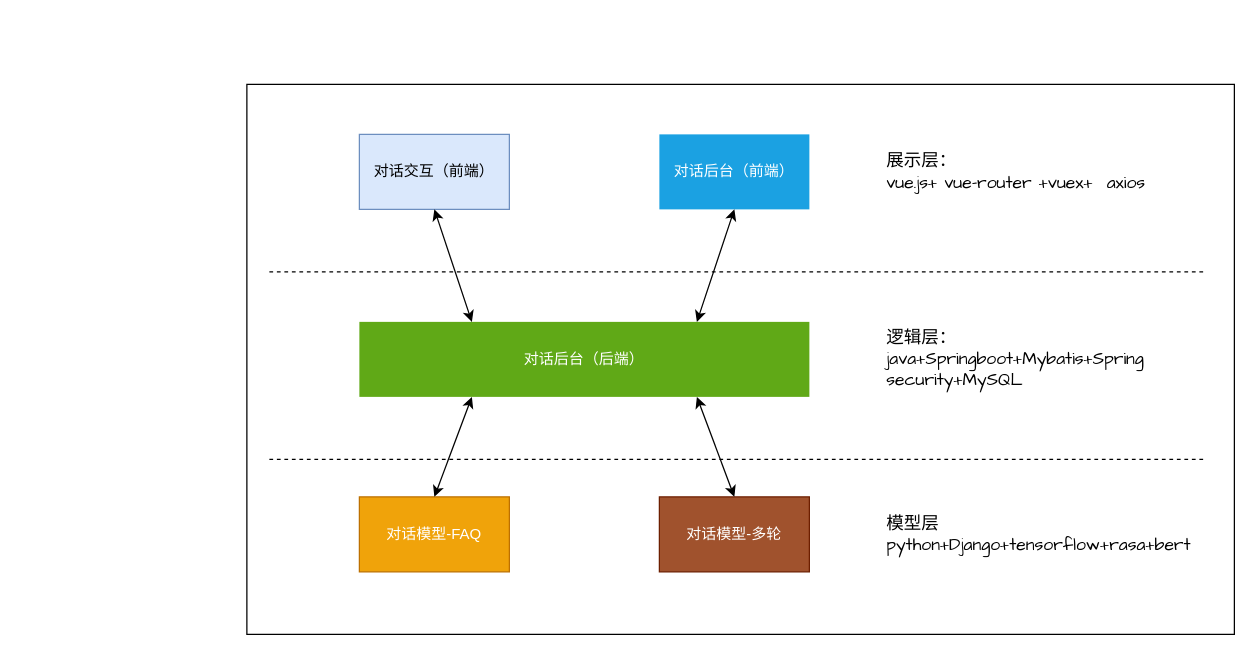
zackzf/draw.io keeps this draw.io diagram as cmsr/对话系统架构.drawio. Above is the earlier version. Source tidied: cells renumbered, new cells numbered last; positions are measured from the earlier drawing's top-left corner, leaving out a move shared by most shapes. Both pictures are drawn from the tidied source at 125%, with x=0, y=0 at pixel (246, 84).
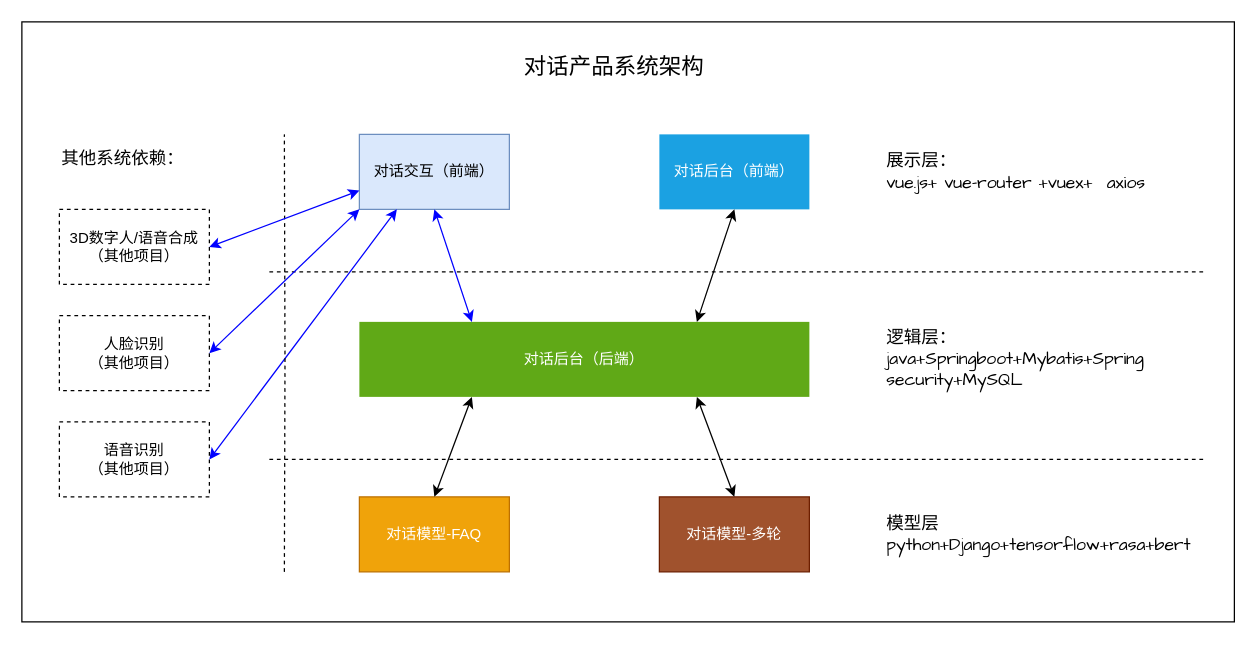
After the change.

Commit message:
更新对话系统架构.drawio

The change refers to these unchanged cells:
```xml
<mxCell id="3" value="对话交互（前端）" style="rounded=0;whiteSpace=wrap;html=1;fillColor=#dae8fc;strokeColor=#6c8ebf;" parent="1" vertex="1">
  <mxGeometry x="90" y="40" width="120" height="60" as="geometry" />
</mxCell>
<mxCell id="5" value="对话后台（后端）" style="rounded=0;whiteSpace=wrap;html=1;fillColor=#60a917;strokeColor=none;fontColor=#ffffff;" parent="1" vertex="1">
  <mxGeometry x="90" y="190" width="360" height="60" as="geometry" />
</mxCell>
```

What changed in the source:
```diff
@@
     <mxCell id="2" style="rounded=0;whiteSpace=wrap;html=1;fillColor=#ffffff;" parent="1" vertex="1">
-      <mxGeometry width="790" height="440" as="geometry" />
+      <mxGeometry x="-180" y="-50" width="970" height="480" as="geometry" />
     </mxCell>
@@
-    <mxCell id="8" style="endArrow=classic;startArrow=classic;html=1;entryX=0.5;entryY=1;entryDx=0;entryDy=0;exitX=0.25;exitY=0;exitDx=0;exitDy=0;" parent="1" edge="1" source="5" target="3">
+    <mxCell id="8" style="endArrow=classic;startArrow=classic;html=1;entryX=0.5;entryY=1;entryDx=0;entryDy=0;exitX=0.25;exitY=0;exitDx=0;exitDy=0;strokeColor=#0000FF;" parent="1" edge="1" source="5" target="3">
       <mxGeometry relative="1" as="geometry" />
     </mxCell>
@@
+    <mxCell id="17" value="人脸识别&lt;br&gt;（其他项目）" style="rounded=0;whiteSpace=wrap;html=1;dashed=1;" parent="1" vertex="1">
+      <mxGeometry x="-150" y="185" width="120" height="60" as="geometry" />
+    </mxCell>
+    <mxCell id="18" value="语音识别&lt;br&gt;（其他项目）" style="rounded=0;whiteSpace=wrap;html=1;dashed=1;" parent="1" vertex="1">
+      <mxGeometry x="-150" y="270" width="120" height="60" as="geometry" />
+    </mxCell>
+    <mxCell id="19" style="endArrow=classic;startArrow=classic;html=1;entryX=1;entryY=0.5;entryDx=0;entryDy=0;exitX=0;exitY=1;exitDx=0;exitDy=0;strokeColor=#0000FF;" parent="1" edge="1" source="3" target="17">
+      <mxGeometry relative="1" as="geometry" />
+    </mxCell>
+    <mxCell id="20" style="endArrow=classic;startArrow=classic;html=1;entryX=1;entryY=0.5;entryDx=0;entryDy=0;exitX=0.25;exitY=1;exitDx=0;exitDy=0;strokeColor=#0000FF;" parent="1" edge="1" source="3" target="18">
+      <mxGeometry relative="1" as="geometry" />
+    </mxCell>
+    <mxCell id="21" style="endArrow=none;dashed=1;html=1;" parent="1" edge="1">
+      <mxGeometry relative="1" as="geometry">
+        <mxPoint x="30" y="390" as="sourcePoint" />
+        <mxPoint x="30" y="40" as="targetPoint" />
+        <Array as="points">
+          <mxPoint x="30.5" y="220" />
+        </Array>
+      </mxGeometry>
+    </mxCell>
+    <mxCell id="22" value="其他系统依赖：" style="text;html=1;strokeColor=none;fillColor=none;align=left;verticalAlign=middle;whiteSpace=wrap;rounded=0;fontFamily=Comic Sans MS;fontSize=14;" parent="1" vertex="1">
+      <mxGeometry x="-150" y="40" width="110" height="40" as="geometry" />
+    </mxCell>
+    <mxCell id="23" value="3D数字人/语音合成&lt;br&gt;（其他项目）" style="rounded=0;whiteSpace=wrap;html=1;dashed=1;" parent="1" vertex="1">
+      <mxGeometry x="-150" y="100" width="120" height="60" as="geometry" />
+    </mxCell>
+    <mxCell id="24" style="endArrow=classic;startArrow=classic;html=1;entryX=1;entryY=0.5;entryDx=0;entryDy=0;exitX=0;exitY=0.75;exitDx=0;exitDy=0;strokeColor=#0000FF;" parent="1" edge="1" source="3" target="23">
+      <mxGeometry relative="1" as="geometry" />
+    </mxCell>
+    <mxCell id="25" value="&lt;font style=&quot;font-size: 18px&quot;&gt;对话产品系统架构&lt;/font&gt;" style="text;html=1;strokeColor=none;fillColor=none;align=left;verticalAlign=middle;whiteSpace=wrap;rounded=0;fontFamily=Comic Sans MS;fontSize=14;" parent="1" vertex="1">
+      <mxGeometry x="220" y="-34" width="170" height="40" as="geometry" />
+    </mxCell>
```
